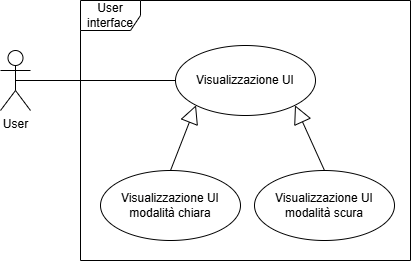
This is images/analisi-dei-requisiti/UC_seleziona_mod.png from SweeTenTeam/Docs, a draw.io export, as it was before one commit. Source tidied: cells renumbered, new cells last; positions are measured from the earlier drawing's top-left corner, leaving out a move shared by most shapes.
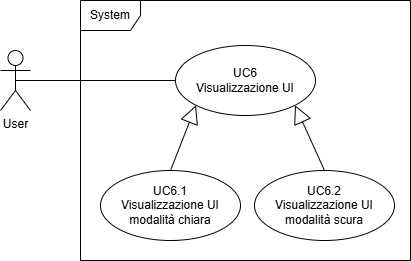
Above is the later version.

What changed in the source:
```diff
@@ -2,7 +2,7 @@
   <root>
     <mxCell id="0" />
     <mxCell id="1" parent="0" />
-    <mxCell id="2" value="User interface" style="shape=umlFrame;whiteSpace=wrap;html=1;" parent="1" vertex="1">
+    <mxCell id="2" value="System" style="shape=umlFrame;whiteSpace=wrap;html=1;" parent="1" vertex="1">
       <mxGeometry x="80" width="330" height="260" as="geometry" />
     </mxCell>
     <mxCell id="3" style="edgeStyle=orthogonalEdgeStyle;rounded=0;jettySize=auto;html=1;exitX=0.5;exitY=0.5;exitDx=0;exitDy=0;exitPerimeter=0;entryX=0;entryY=0.5;entryDx=0;entryDy=0;endArrow=none;startFill=0;" parent="1" edge="1" source="4" target="5">
@@ -11,13 +11,13 @@
     <mxCell id="4" value="User" style="shape=umlActor;verticalLabelPosition=bottom;verticalAlign=top;html=1;" parent="1" vertex="1">
       <mxGeometry y="50" width="30" height="60" as="geometry" />
     </mxCell>
-    <mxCell id="5" value="Visualizzazione UI" style="ellipse;whiteSpace=wrap;html=1;" parent="1" vertex="1">
+    <mxCell id="5" value="&lt;div&gt;UC6&lt;/div&gt;Visualizzazione UI" style="ellipse;whiteSpace=wrap;html=1;" parent="1" vertex="1">
       <mxGeometry x="175" y="45" width="140" height="70" as="geometry" />
     </mxCell>
-    <mxCell id="6" value="Visualizzazione UI modalità scura" style="ellipse;whiteSpace=wrap;html=1;" parent="1" vertex="1">
+    <mxCell id="6" value="&lt;div&gt;UC6.2&lt;/div&gt;Visualizzazione UI modalità scura" style="ellipse;whiteSpace=wrap;html=1;" parent="1" vertex="1">
       <mxGeometry x="254" y="170" width="140" height="70" as="geometry" />
     </mxCell>
-    <mxCell id="7" value="Visualizzazione UI modalità chiara" style="ellipse;whiteSpace=wrap;html=1;" parent="1" vertex="1">
+    <mxCell id="7" value="&lt;div&gt;UC6.1&lt;/div&gt;Visualizzazione UI modalità chiara" style="ellipse;whiteSpace=wrap;html=1;" parent="1" vertex="1">
       <mxGeometry x="100" y="170" width="140" height="70" as="geometry" />
     </mxCell>
     <mxCell id="8" style="endArrow=block;endSize=16;endFill=0;html=1;rounded=0;entryX=0;entryY=1;entryDx=0;entryDy=0;exitX=0.5;exitY=0;exitDx=0;exitDy=0;" parent="1" edge="1" source="7" target="5">
```
